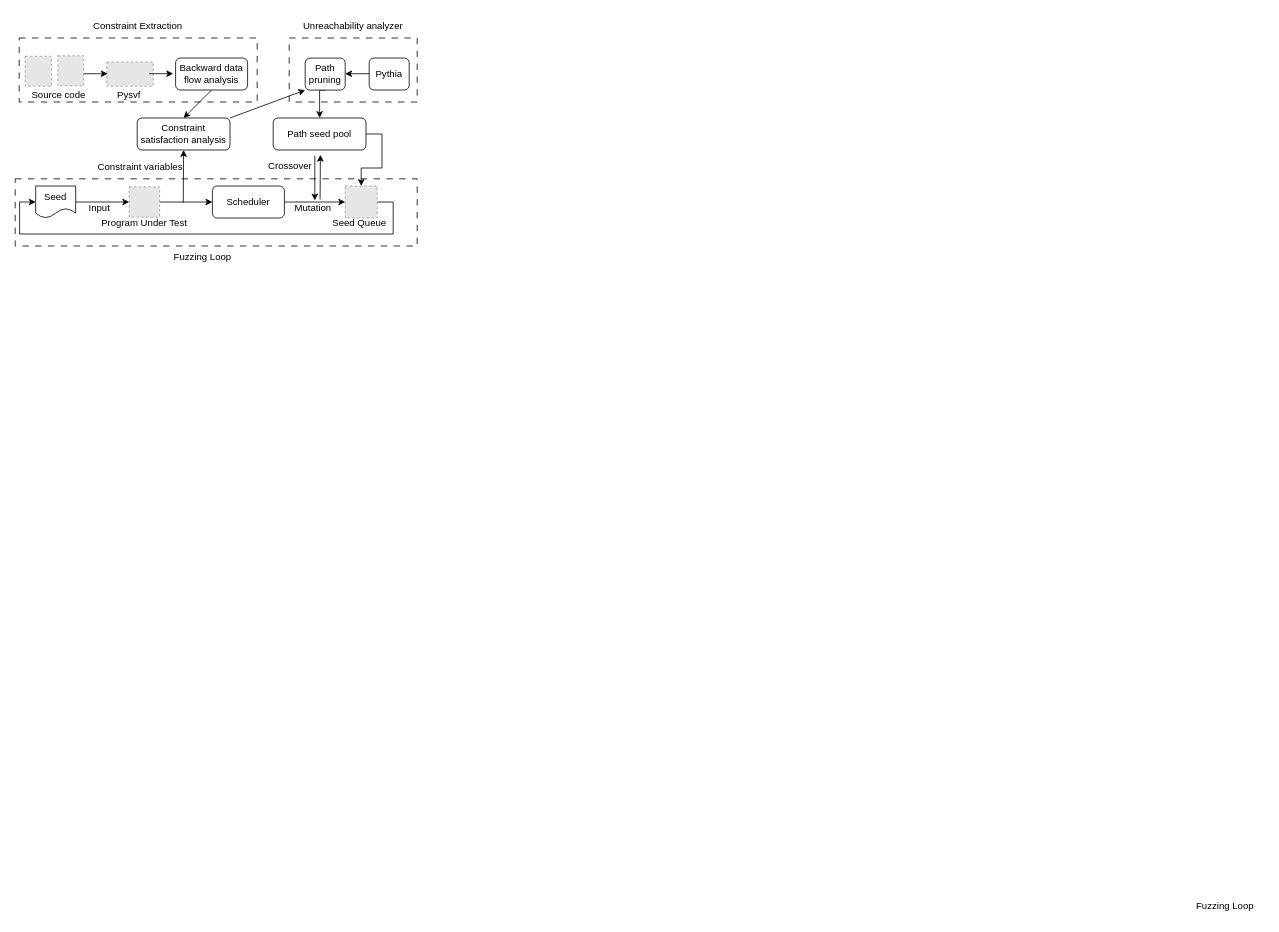
Above: drawio/implementation.drawio in ianorz/blog_img (draw.io), before the change. Source tidied: cells renumbered, new cells numbered last; positions are measured from the earlier drawing's top-left corner, leaving out a move shared by most shapes. Both pictures are drawn from the tidied source at 80%, with x=0, y=0 at pixel (15, 14). Pictures stored in the file or linked from it are replaced by grey dashed boxes.
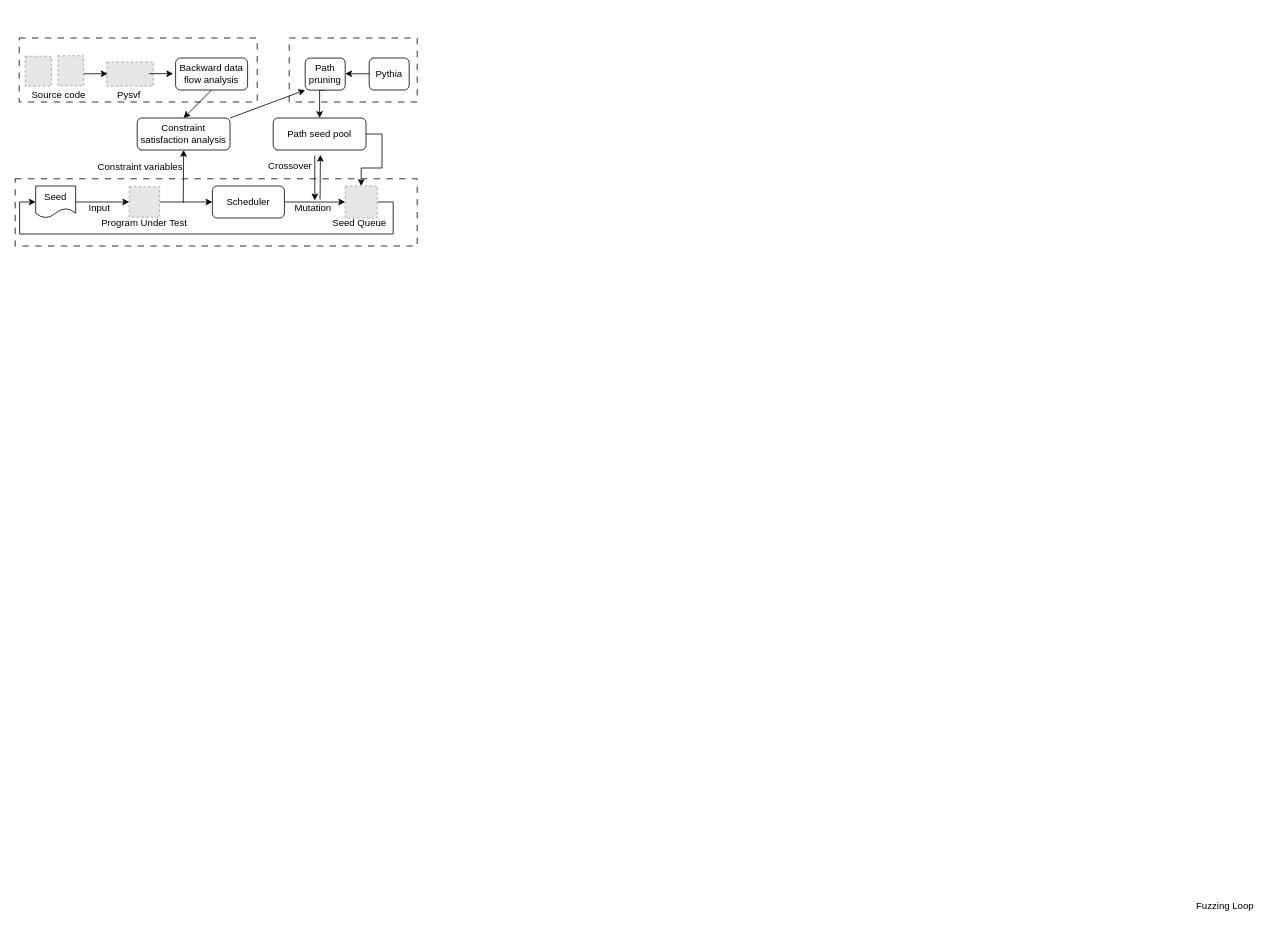
The same diagram, later.

The edit, as a diff of the source:
```diff
@@
-    <mxCell id="18" value="Constraint Extraction" style="text;html=1;align=center;verticalAlign=middle;whiteSpace=wrap;rounded=0;" parent="1" vertex="1">
-      <mxGeometry x="89.2" width="128" height="30" as="geometry" />
-    </mxCell>
@@
-    <mxCell id="30" value="Unreachability analyzer" style="text;html=1;align=center;verticalAlign=middle;whiteSpace=wrap;rounded=0;" parent="1" vertex="1">
-      <mxGeometry x="358" width="128" height="30" as="geometry" />
-    </mxCell>
@@
-    <mxCell id="42" value="Fuzzing Loop" style="text;html=1;align=center;verticalAlign=middle;whiteSpace=wrap;rounded=0;" parent="1" vertex="1">
-      <mxGeometry x="170" y="289" width="128" height="30" as="geometry" />
-    </mxCell>
```
